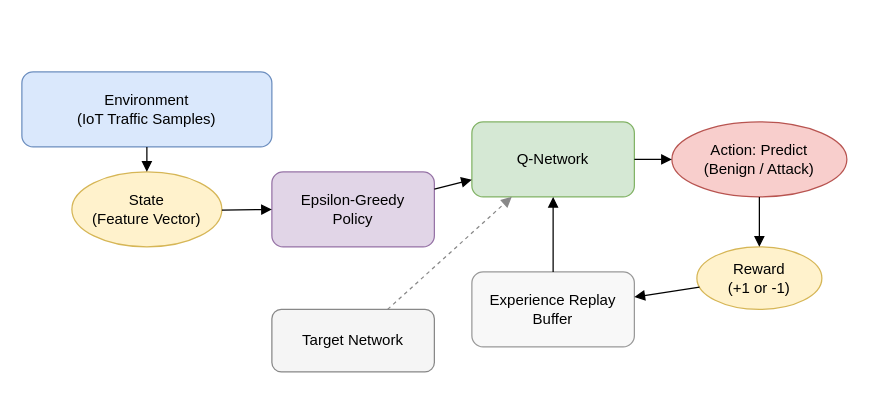
Above: rl_framework.drawio in elgenio123/diagrams (draw.io), before the change. Source tidied: cells renumbered, new cells numbered last; positions are measured from the earlier drawing's top-left corner, leaving out a move shared by most shapes. Both pictures are drawn from the tidied source at 125%, with x=0, y=0 at pixel (21, 71).
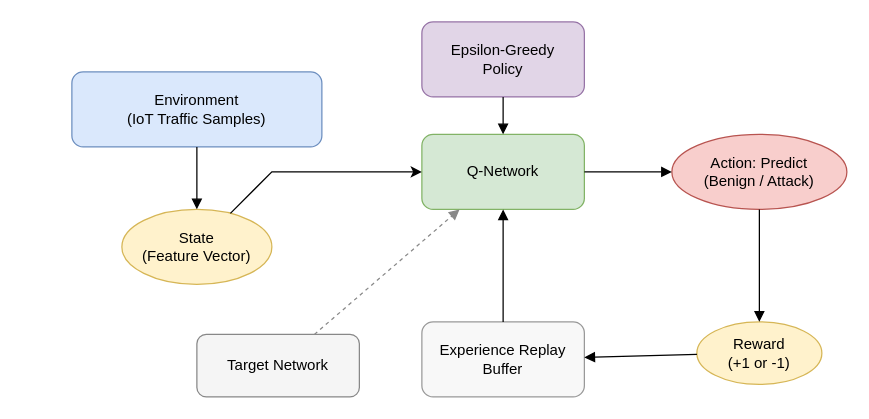
Above is the later version.

Commit message:
Mettre à jour rl_framework.drawio

The edit, as a diff of the source:
```diff
@@
 <mxGraphModel>
   <root>
     <mxCell id="0" />
     <mxCell id="1" parent="0" />
     <mxCell id="2" value="Environment&#10;(IoT Traffic Samples)" style="rounded=1;whiteSpace=wrap;html=1;fillColor=#dae8fc;strokeColor=#6c8ebf;" parent="1" vertex="1">
-      <mxGeometry width="200" height="60" as="geometry" />
+      <mxGeometry x="40" width="200" height="60" as="geometry" />
     </mxCell>
     <mxCell id="3" value="State&#10;(Feature Vector)" style="ellipse;whiteSpace=wrap;html=1;fillColor=#fff2cc;strokeColor=#d6b656;" parent="1" vertex="1">
-      <mxGeometry x="40" y="80" width="120" height="60" as="geometry" />
+      <mxGeometry x="80" y="110" width="120" height="60" as="geometry" />
     </mxCell>
     <mxCell id="4" value="Epsilon-Greedy&#10;Policy" style="rounded=1;whiteSpace=wrap;html=1;fillColor=#e1d5e7;strokeColor=#9673a6;" parent="1" vertex="1">
-      <mxGeometry x="200" y="80" width="130" height="60" as="geometry" />
+      <mxGeometry x="320" y="-40" width="130" height="60" as="geometry" />
     </mxCell>
     <mxCell id="5" value="Q-Network" style="rounded=1;whiteSpace=wrap;html=1;fillColor=#d5e8d4;strokeColor=#82b366;" parent="1" vertex="1">
-      <mxGeometry x="360" y="40" width="130" height="60" as="geometry" />
+      <mxGeometry x="320" y="50" width="130" height="60" as="geometry" />
     </mxCell>
     <mxCell id="6" value="Action: Predict&#10;(Benign / Attack)" style="ellipse;whiteSpace=wrap;html=1;fillColor=#f8cecc;strokeColor=#b85450;" parent="1" vertex="1">
-      <mxGeometry x="520" y="40" width="140" height="60" as="geometry" />
+      <mxGeometry x="520" y="50" width="140" height="60" as="geometry" />
     </mxCell>
     <mxCell id="7" value="Reward&#10;(+1 or -1)" style="ellipse;whiteSpace=wrap;html=1;fillColor=#fff2cc;strokeColor=#d6b656;" parent="1" vertex="1">
-      <mxGeometry x="540" y="140" width="100" height="50" as="geometry" />
+      <mxGeometry x="540" y="200" width="100" height="50" as="geometry" />
     </mxCell>
     <mxCell id="8" value="Experience Replay&#10;Buffer" style="rounded=1;whiteSpace=wrap;html=1;fillColor=#f8f8f8;strokeColor=#999999;" parent="1" vertex="1">
-      <mxGeometry x="360" y="160" width="130" height="60" as="geometry" />
+      <mxGeometry x="320" y="200" width="130" height="60" as="geometry" />
     </mxCell>
     <mxCell id="9" value="Target Network" style="rounded=1;whiteSpace=wrap;html=1;fillColor=#f5f5f5;strokeColor=#888888;" parent="1" vertex="1">
-      <mxGeometry x="200" y="190" width="130" height="50" as="geometry" />
+      <mxGeometry x="140" y="210" width="130" height="50" as="geometry" />
     </mxCell>
     <mxCell id="10" style="endArrow=block;html=1;strokeColor=#000000;" parent="1" edge="1" source="2" target="3">
       <mxGeometry relative="1" as="geometry" />
     </mxCell>
-    <mxCell id="11" style="endArrow=block;html=1;strokeColor=#000000;" parent="1" edge="1" source="3" target="4">
-      <mxGeometry relative="1" as="geometry" />
-    </mxCell>
     <mxCell id="12" style="endArrow=block;html=1;strokeColor=#000000;" parent="1" edge="1" source="4" target="5">
       <mxGeometry relative="1" as="geometry" />
     </mxCell>
     <mxCell id="13" style="endArrow=block;html=1;strokeColor=#000000;" parent="1" edge="1" source="5" target="6">
       <mxGeometry relative="1" as="geometry" />
     </mxCell>
     <mxCell id="14" style="endArrow=block;html=1;strokeColor=#000000;" parent="1" edge="1" source="6" target="7">
       <mxGeometry relative="1" as="geometry" />
     </mxCell>
     <mxCell id="15" style="endArrow=block;html=1;strokeColor=#000000;" parent="1" edge="1" source="7" target="8">
       <mxGeometry relative="1" as="geometry" />
     </mxCell>
     <mxCell id="16" style="endArrow=block;html=1;strokeColor=#000000;" parent="1" edge="1" source="8" target="5">
       <mxGeometry relative="1" as="geometry" />
     </mxCell>
     <mxCell id="17" style="dashed=1;endArrow=block;html=1;strokeColor=#888888;" parent="1" edge="1" source="9" target="5">
       <mxGeometry relative="1" as="geometry" />
     </mxCell>
+    <mxCell id="18" style="endArrow=classic;html=1;rounded=0;entryX=0;entryY=0.5;entryDx=0;entryDy=0;" parent="1" edge="1" source="3" target="5">
+      <mxGeometry relative="1" as="geometry">
+        <Array as="points">
+          <mxPoint x="200" y="80" />
+        </Array>
+      </mxGeometry>
+    </mxCell>
   </root>
 </mxGraphModel>
```
